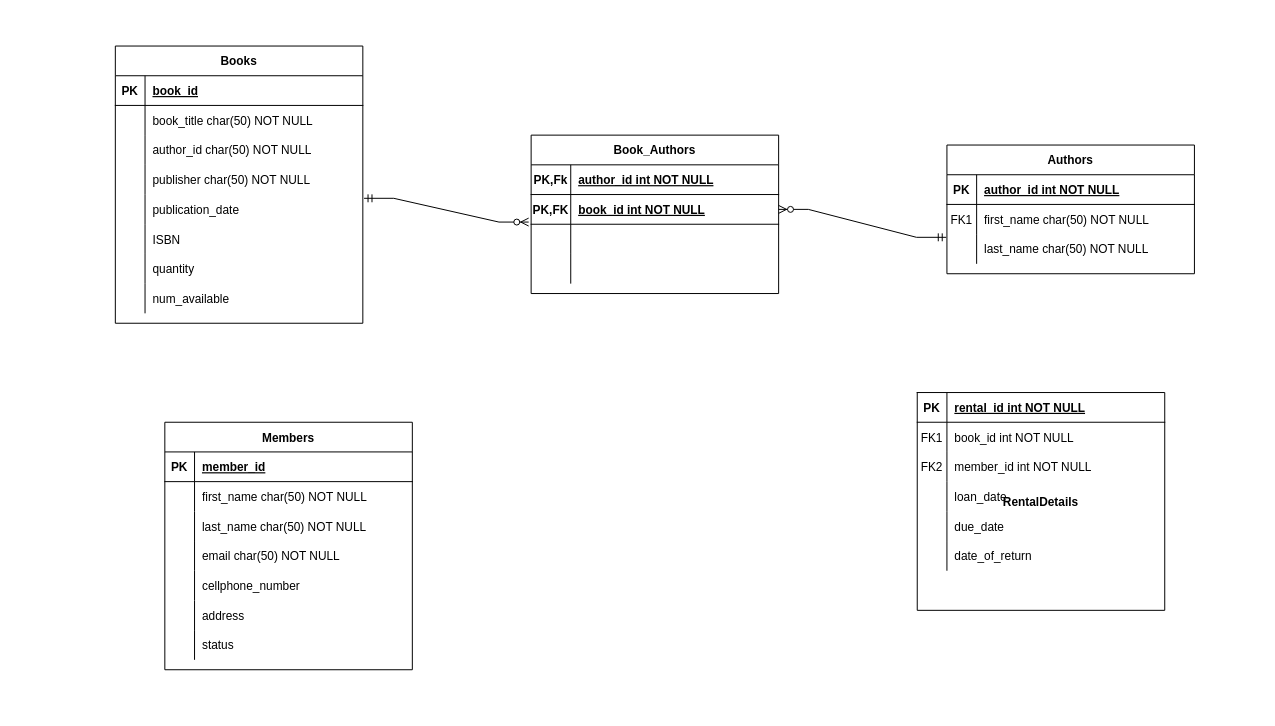
Above: resources/LMS.drawio in ThabangKubheka/First-Level-Up-SQL-Fundamentals- (draw.io), before the change. Source tidied: cells renumbered, new cells numbered last; positions are measured from the earlier drawing's top-left corner, leaving out a move shared by most shapes. Both pictures are drawn from the tidied source at 99%, with x=0, y=0 at pixel (115, 46).
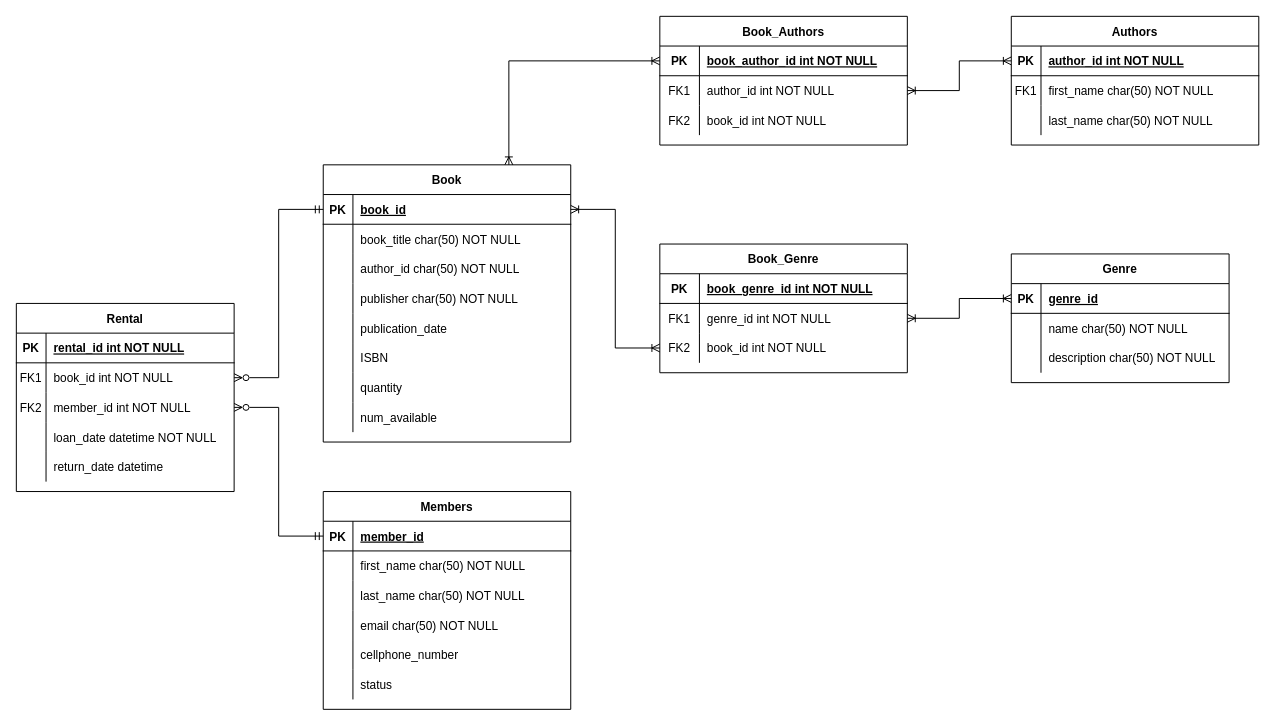
After the change.

Unchanged cells that the change refers to:
```xml
<mxCell id="3" style="shape=partialRectangle;fillColor=none;points=[[0,0.5],[1,0.5]];portConstraint=eastwest;top=0;left=0;right=0;bottom=1;" parent="2" vertex="1">
  <mxGeometry y="30" width="250" height="30" as="geometry" />
</mxCell>
<mxCell id="9" style="shape=partialRectangle;fillColor=none;points=[[0,0.5],[1,0.5]];portConstraint=eastwest;top=0;left=0;right=0;bottom=0;" parent="2" vertex="1">
  <mxGeometry y="90" width="250" height="30" as="geometry" />
</mxCell>
<mxCell id="32" style="shape=partialRectangle;fillColor=none;points=[[0,0.5],[1,0.5]];portConstraint=eastwest;top=0;left=0;right=0;bottom=1;" parent="31" vertex="1">
  <mxGeometry y="30" width="250" height="30" as="geometry" />
</mxCell>
<mxCell id="44" style="shape=partialRectangle;fillColor=none;points=[[0,0.5],[1,0.5]];portConstraint=eastwest;top=0;left=0;right=0;bottom=0;" parent="31" vertex="1">
  <mxGeometry y="150" width="250" height="30" as="geometry" />
</mxCell>
<mxCell id="57" style="shape=partialRectangle;fillColor=none;points=[[0,0.5],[1,0.5]];portConstraint=eastwest;top=0;left=0;right=0;bottom=1;" parent="56" vertex="1">
  <mxGeometry y="30" width="250" height="30" as="geometry" />
</mxCell>
<mxCell id="79" style="shape=partialRectangle;fillColor=none;points=[[0,0.5],[1,0.5]];portConstraint=eastwest;top=0;left=0;right=0;bottom=1;" parent="78" vertex="1">
  <mxGeometry y="30" width="250" height="30" as="geometry" />
</mxCell>
```

The edit, as a diff of the source:
```diff
@@
     <mxCell id="2" value="Authors" style="shape=table;startSize=30;childLayout=tableLayout;rowLines=0;fontStyle=1;align=center;" parent="1" vertex="1">
-      <mxGeometry x="840" y="100" width="250" height="130" as="geometry" />
+      <mxGeometry x="905" y="-30" width="250" height="130" as="geometry" />
     </mxCell>
@@
-    <mxCell id="12" value="RentalDetails" style="shape=table;startSize=0;childLayout=tableLayout;rowLines=0;fontStyle=1;align=center;" parent="1" vertex="1">
-      <mxGeometry x="810" y="350" width="250" height="220" as="geometry" />
-    </mxCell>
-    <mxCell id="13" style="shape=partialRectangle;fillColor=none;top=0;left=0;right=0;bottom=1;" parent="12" vertex="1">
-      <mxGeometry width="250" height="30" as="geometry" />
-    </mxCell>
-    <mxCell id="14" value="PK" style="shape=partialRectangle;overflow=hidden;fillColor=none;top=0;left=0;bottom=0;right=0;fontStyle=1;" parent="13" vertex="1">
-      <mxGeometry width="30" height="30" as="geometry" />
-    </mxCell>
-    <mxCell id="15" value="rental_id int NOT NULL " style="shape=partialRectangle;overflow=hidden;fillColor=none;top=0;left=0;bottom=0;right=0;align=left;spacingLeft=6;fontStyle=5;" parent="13" vertex="1">
-      <mxGeometry x="30" width="220" height="30" as="geometry" />
-    </mxCell>
-    <mxCell id="16" style="shape=partialRectangle;fillColor=none;top=0;left=0;right=0;bottom=0;" parent="12" vertex="1">
-      <mxGeometry y="30" width="250" height="30" as="geometry" />
-    </mxCell>
-    <mxCell id="17" value="FK1" style="shape=partialRectangle;overflow=hidden;fillColor=none;top=0;left=0;bottom=0;right=0;" parent="16" vertex="1">
-      <mxGeometry width="30" height="30" as="geometry" />
-    </mxCell>
-    <mxCell id="18" value="book_id int NOT NULL" style="shape=partialRectangle;overflow=hidden;fillColor=none;top=0;left=0;bottom=0;right=0;align=left;spacingLeft=6;" parent="16" vertex="1">
-      <mxGeometry x="30" width="220" height="30" as="geometry" />
-    </mxCell>
-    <mxCell id="19" style="shape=partialRectangle;fillColor=none;points=[[0,0.5],[1,0.5]];portConstraint=eastwest;top=0;left=0;right=0;bottom=0;" parent="12" vertex="1">
-      <mxGeometry y="60" width="250" height="30" as="geometry" />
-    </mxCell>
-    <mxCell id="20" value="FK2" style="shape=partialRectangle;overflow=hidden;fillColor=none;top=0;left=0;bottom=0;right=0;" parent="19" vertex="1">
-      <mxGeometry width="30" height="30" as="geometry" />
-    </mxCell>
-    <mxCell id="21" value="member_id int NOT NULL" style="shape=partialRectangle;overflow=hidden;fillColor=none;top=0;left=0;bottom=0;right=0;align=left;spacingLeft=6;" parent="19" vertex="1">
-      <mxGeometry x="30" width="220" height="30" as="geometry" />
-    </mxCell>
-    <mxCell id="22" style="shape=partialRectangle;fillColor=none;points=[[0,0.5],[1,0.5]];portConstraint=eastwest;top=0;left=0;right=0;bottom=0;" parent="12" vertex="1">
-      <mxGeometry y="90" width="250" height="30" as="geometry" />
-    </mxCell>
-    <mxCell id="23" style="shape=partialRectangle;overflow=hidden;fillColor=none;top=0;left=0;bottom=0;right=0;" parent="22" vertex="1">
-      <mxGeometry width="30" height="30" as="geometry" />
-    </mxCell>
-    <mxCell id="24" value="loan_date" style="shape=partialRectangle;overflow=hidden;fillColor=none;top=0;left=0;bottom=0;right=0;align=left;spacingLeft=6;" parent="22" vertex="1">
-      <mxGeometry x="30" width="220" height="30" as="geometry" />
-    </mxCell>
-    <mxCell id="25" style="shape=partialRectangle;fillColor=none;top=0;left=0;right=0;bottom=0;" parent="12" vertex="1">
-      <mxGeometry y="120" width="250" height="30" as="geometry" />
-    </mxCell>
-    <mxCell id="26" style="shape=partialRectangle;overflow=hidden;fillColor=none;top=0;left=0;bottom=0;right=0;" parent="25" vertex="1">
-      <mxGeometry width="30" height="30" as="geometry" />
-    </mxCell>
-    <mxCell id="27" value="due_date" style="shape=partialRectangle;overflow=hidden;fillColor=none;top=0;left=0;bottom=0;right=0;align=left;spacingLeft=6;" parent="25" vertex="1">
-      <mxGeometry x="30" width="220" height="30" as="geometry" />
-    </mxCell>
-    <mxCell id="28" style="shape=partialRectangle;fillColor=none;top=0;left=0;right=0;bottom=0;" parent="12" vertex="1">
-      <mxGeometry y="150" width="250" height="30" as="geometry" />
-    </mxCell>
-    <mxCell id="29" style="shape=partialRectangle;overflow=hidden;fillColor=none;top=0;left=0;bottom=0;right=0;" parent="28" vertex="1">
-      <mxGeometry width="30" height="30" as="geometry" />
-    </mxCell>
-    <mxCell id="30" value="date_of_return" style="shape=partialRectangle;overflow=hidden;fillColor=none;top=0;left=0;bottom=0;right=0;align=left;spacingLeft=6;" parent="28" vertex="1">
-      <mxGeometry x="30" width="220" height="30" as="geometry" />
-    </mxCell>
-    <mxCell id="31" value="Books" style="shape=table;startSize=30;childLayout=tableLayout;rowLines=0;fontStyle=1;align=center;" parent="1" vertex="1">
-      <mxGeometry width="250" height="280" as="geometry" />
+    <mxCell id="31" value="Book" style="shape=table;startSize=30;childLayout=tableLayout;rowLines=0;fontStyle=1;align=center;" parent="1" vertex="1">
+      <mxGeometry x="210" y="120" width="250" height="280" as="geometry" />
     </mxCell>
@@
     <mxCell id="56" value="Members" style="shape=table;startSize=30;childLayout=tableLayout;rowLines=0;fontStyle=1;align=center;" parent="1" vertex="1">
-      <mxGeometry x="50" y="380" width="250" height="250" as="geometry" />
+      <mxGeometry x="210" y="450" width="250" height="220" as="geometry" />
     </mxCell>
@@
-    <mxCell id="72" style="shape=partialRectangle;fillColor=none;top=0;left=0;right=0;bottom=0;" parent="56" vertex="1">
-      <mxGeometry y="180" width="250" height="30" as="geometry" />
-    </mxCell>
-    <mxCell id="73" style="shape=partialRectangle;overflow=hidden;fillColor=none;top=0;left=0;bottom=0;right=0;" parent="72" vertex="1">
-      <mxGeometry width="30" height="30" as="geometry" />
-    </mxCell>
-    <mxCell id="74" value="address" style="shape=partialRectangle;overflow=hidden;fillColor=none;top=0;left=0;bottom=0;right=0;align=left;spacingLeft=6;" parent="72" vertex="1">
-      <mxGeometry x="30" width="220" height="30" as="geometry" />
-    </mxCell>
     <mxCell id="75" style="shape=partialRectangle;fillColor=none;top=0;left=0;right=0;bottom=0;" parent="56" vertex="1">
-      <mxGeometry y="210" width="250" height="30" as="geometry" />
+      <mxGeometry y="180" width="250" height="30" as="geometry" />
     </mxCell>
@@
     <mxCell id="78" value="Book_Authors" style="shape=table;startSize=30;childLayout=tableLayout;rowLines=0;fontStyle=1;align=center;" parent="1" vertex="1">
-      <mxGeometry x="420" y="90" width="250" height="160" as="geometry" />
+      <mxGeometry x="550" y="-30" width="250" height="130" as="geometry" />
     </mxCell>
@@
-    <mxCell id="80" value="PK,Fk" style="shape=partialRectangle;overflow=hidden;fillColor=none;top=0;left=0;bottom=0;right=0;fontStyle=1;" parent="79" vertex="1">
+    <mxCell id="80" value="PK" style="shape=partialRectangle;overflow=hidden;fillColor=none;top=0;left=0;bottom=0;right=0;fontStyle=1;" parent="79" vertex="1">
       <mxGeometry width="40" height="30" as="geometry" />
     </mxCell>
-    <mxCell id="81" value="author_id int NOT NULL " style="shape=partialRectangle;overflow=hidden;fillColor=none;top=0;left=0;bottom=0;right=0;align=left;spacingLeft=6;fontStyle=5;" parent="79" vertex="1">
+    <mxCell id="81" value="book_author_id int NOT NULL " style="shape=partialRectangle;overflow=hidden;fillColor=none;top=0;left=0;bottom=0;right=0;align=left;spacingLeft=6;fontStyle=5;" parent="79" vertex="1">
       <mxGeometry x="40" width="210" height="30" as="geometry" />
     </mxCell>
-    <mxCell id="82" style="shape=partialRectangle;fillColor=none;points=[[0,0.5],[1,0.5]];portConstraint=eastwest;top=0;left=0;right=0;bottom=1;" parent="78" vertex="1">
-      <mxGeometry y="60" width="250" height="30" as="geometry" />
-    </mxCell>
-    <mxCell id="83" value="PK,FK" style="shape=partialRectangle;overflow=hidden;fillColor=none;top=0;left=0;bottom=0;right=0;fontStyle=1;" parent="82" vertex="1">
-      <mxGeometry width="40" height="30" as="geometry" />
-    </mxCell>
-    <mxCell id="84" value="book_id int NOT NULL " style="shape=partialRectangle;overflow=hidden;fillColor=none;top=0;left=0;bottom=0;right=0;align=left;spacingLeft=6;fontStyle=5;" parent="82" vertex="1">
-      <mxGeometry x="40" width="210" height="30" as="geometry" />
-    </mxCell>
     <mxCell id="85" style="shape=partialRectangle;fillColor=none;points=[[0,0.5],[1,0.5]];portConstraint=eastwest;top=0;left=0;right=0;bottom=0;" parent="78" vertex="1">
-      <mxGeometry y="90" width="250" height="30" as="geometry" />
+      <mxGeometry y="60" width="250" height="30" as="geometry" />
     </mxCell>
-    <mxCell id="86" style="shape=partialRectangle;overflow=hidden;fillColor=none;top=0;left=0;bottom=0;right=0;" parent="85" vertex="1">
+    <mxCell id="86" value="FK1" style="shape=partialRectangle;overflow=hidden;fillColor=none;top=0;left=0;bottom=0;right=0;" parent="85" vertex="1">
       <mxGeometry width="40" height="30" as="geometry" />
     </mxCell>
-    <mxCell id="87" style="shape=partialRectangle;overflow=hidden;fillColor=none;top=0;left=0;bottom=0;right=0;align=left;spacingLeft=6;" parent="85" vertex="1">
+    <mxCell id="87" value="author_id int NOT NULL" style="shape=partialRectangle;overflow=hidden;fillColor=none;top=0;left=0;bottom=0;right=0;align=left;spacingLeft=6;" parent="85" vertex="1">
       <mxGeometry x="40" width="210" height="30" as="geometry" />
     </mxCell>
     <mxCell id="88" style="shape=partialRectangle;fillColor=none;top=0;left=0;right=0;bottom=0;" parent="78" vertex="1">
-      <mxGeometry y="120" width="250" height="30" as="geometry" />
+      <mxGeometry y="90" width="250" height="30" as="geometry" />
     </mxCell>
-    <mxCell id="89" style="shape=partialRectangle;overflow=hidden;fillColor=none;top=0;left=0;bottom=0;right=0;" parent="88" vertex="1">
+    <mxCell id="89" value="FK2" style="shape=partialRectangle;overflow=hidden;fillColor=none;top=0;left=0;bottom=0;right=0;" parent="88" vertex="1">
       <mxGeometry width="40" height="30" as="geometry" />
     </mxCell>
-    <mxCell id="90" style="shape=partialRectangle;overflow=hidden;fillColor=none;top=0;left=0;bottom=0;right=0;align=left;spacingLeft=6;" parent="88" vertex="1">
+    <mxCell id="90" value="book_id int NOT NULL" style="shape=partialRectangle;overflow=hidden;fillColor=none;top=0;left=0;bottom=0;right=0;align=left;spacingLeft=6;" parent="88" vertex="1">
       <mxGeometry x="40" width="210" height="30" as="geometry" />
     </mxCell>
-    <mxCell id="91" style="edgeStyle=entityRelationEdgeStyle;fontSize=12;html=1;endArrow=ERzeroToMany;startArrow=ERmandOne;rounded=0;entryX=-0.01;entryY=-0.073;entryDx=0;entryDy=0;entryPerimeter=0;exitX=1.005;exitY=0.127;exitDx=0;exitDy=0;exitPerimeter=0;" parent="1" edge="1" source="44" target="85">
-      <mxGeometry relative="1" as="geometry" />
-    </mxCell>
-    <mxCell id="92" style="edgeStyle=entityRelationEdgeStyle;fontSize=12;html=1;endArrow=ERzeroToMany;startArrow=ERmandOne;rounded=0;entryX=1;entryY=0.5;entryDx=0;entryDy=0;exitX=-0.003;exitY=0.107;exitDx=0;exitDy=0;exitPerimeter=0;" parent="1" edge="1" source="9" target="82">
+    <mxCell id="92" style="edgeStyle=orthogonalEdgeStyle;fontSize=12;html=1;endArrow=ERoneToMany;startArrow=ERoneToMany;rounded=0;entryX=1;entryY=0.5;entryDx=0;entryDy=0;exitX=0;exitY=0.5;exitDx=0;exitDy=0;endFill=0;startFill=0;" parent="1" edge="1" source="3" target="85">
       <mxGeometry relative="1" as="geometry" />
     </mxCell>
+    <mxCell id="93" value="Genre" style="shape=table;startSize=30;childLayout=tableLayout;rowLines=0;fontStyle=1;align=center;" parent="1" vertex="1">
+      <mxGeometry x="905" y="210" width="220" height="130" as="geometry" />
+    </mxCell>
+    <mxCell id="94" style="shape=partialRectangle;fillColor=none;points=[[0,0.5],[1,0.5]];portConstraint=eastwest;top=0;left=0;right=0;bottom=1;" parent="93" vertex="1">
+      <mxGeometry y="30" width="220" height="30" as="geometry" />
+    </mxCell>
+    <mxCell id="95" value="PK" style="shape=partialRectangle;overflow=hidden;fillColor=none;top=0;left=0;bottom=0;right=0;fontStyle=1;" parent="94" vertex="1">
+      <mxGeometry width="30" height="30" as="geometry" />
+    </mxCell>
+    <mxCell id="96" value="genre_id" style="shape=partialRectangle;overflow=hidden;fillColor=none;top=0;left=0;bottom=0;right=0;align=left;spacingLeft=6;fontStyle=5;" parent="94" vertex="1">
+      <mxGeometry x="30" width="190" height="30" as="geometry" />
+    </mxCell>
+    <mxCell id="97" style="shape=partialRectangle;fillColor=none;top=0;left=0;right=0;bottom=0;" parent="93" vertex="1">
+      <mxGeometry y="60" width="220" height="30" as="geometry" />
+    </mxCell>
+    <mxCell id="98" style="shape=partialRectangle;overflow=hidden;fillColor=none;top=0;left=0;bottom=0;right=0;" parent="97" vertex="1">
+      <mxGeometry width="30" height="30" as="geometry" />
+    </mxCell>
+    <mxCell id="99" value="name char(50) NOT NULL" style="shape=partialRectangle;overflow=hidden;fillColor=none;top=0;left=0;bottom=0;right=0;align=left;spacingLeft=6;" parent="97" vertex="1">
+      <mxGeometry x="30" width="190" height="30" as="geometry" />
+    </mxCell>
+    <mxCell id="100" style="shape=partialRectangle;fillColor=none;top=0;left=0;right=0;bottom=0;" parent="93" vertex="1">
+      <mxGeometry y="90" width="220" height="30" as="geometry" />
+    </mxCell>
+    <mxCell id="101" style="shape=partialRectangle;overflow=hidden;fillColor=none;top=0;left=0;bottom=0;right=0;" parent="100" vertex="1">
+      <mxGeometry width="30" height="30" as="geometry" />
+    </mxCell>
+    <mxCell id="102" value="description char(50) NOT NULL" style="shape=partialRectangle;overflow=hidden;fillColor=none;top=0;left=0;bottom=0;right=0;align=left;spacingLeft=6;" parent="100" vertex="1">
+      <mxGeometry x="30" width="190" height="30" as="geometry" />
+    </mxCell>
+    <mxCell id="103" value="Rental" style="shape=table;startSize=30;childLayout=tableLayout;rowLines=0;fontStyle=1;align=center;" parent="1" vertex="1">
+      <mxGeometry x="-100" y="260" width="220" height="190" as="geometry" />
+    </mxCell>
+    <mxCell id="104" style="shape=partialRectangle;fillColor=none;top=0;left=0;right=0;bottom=1;" parent="103" vertex="1">
+      <mxGeometry y="30" width="220" height="30" as="geometry" />
+    </mxCell>
+    <mxCell id="105" value="PK" style="shape=partialRectangle;overflow=hidden;fillColor=none;top=0;left=0;bottom=0;right=0;fontStyle=1;" parent="104" vertex="1">
+      <mxGeometry width="30" height="30" as="geometry" />
+    </mxCell>
+    <mxCell id="15" value="rental_id int NOT NULL" style="shape=partialRectangle;overflow=hidden;fillColor=none;top=0;left=0;bottom=0;right=0;align=left;spacingLeft=6;fontStyle=5;" parent="104" vertex="1">
+      <mxGeometry x="30" width="190" height="30" as="geometry" />
+    </mxCell>
+    <mxCell id="106" style="shape=partialRectangle;fillColor=none;points=[[0,0.5],[1,0.5]];portConstraint=eastwest;top=0;left=0;right=0;bottom=0;" parent="103" vertex="1">
+      <mxGeometry y="60" width="220" height="30" as="geometry" />
+    </mxCell>
+    <mxCell id="17" value="FK1" style="shape=partialRectangle;overflow=hidden;fillColor=none;top=0;left=0;bottom=0;right=0;" parent="106" vertex="1">
+      <mxGeometry width="30" height="30" as="geometry" />
+    </mxCell>
+    <mxCell id="107" value="book_id int NOT NULL" style="shape=partialRectangle;overflow=hidden;fillColor=none;top=0;left=0;bottom=0;right=0;align=left;spacingLeft=6;" parent="106" vertex="1">
+      <mxGeometry x="30" width="190" height="30" as="geometry" />
+    </mxCell>
+    <mxCell id="108" style="shape=partialRectangle;fillColor=none;points=[[0,0.5],[1,0.5]];portConstraint=eastwest;top=0;left=0;right=0;bottom=0;" parent="103" vertex="1">
+      <mxGeometry y="90" width="220" height="30" as="geometry" />
+    </mxCell>
+    <mxCell id="20" value="FK2" style="shape=partialRectangle;overflow=hidden;fillColor=none;top=0;left=0;bottom=0;right=0;" parent="108" vertex="1">
+      <mxGeometry width="30" height="30" as="geometry" />
+    </mxCell>
+    <mxCell id="21" value="member_id int NOT NULL" style="shape=partialRectangle;overflow=hidden;fillColor=none;top=0;left=0;bottom=0;right=0;align=left;spacingLeft=6;" parent="108" vertex="1">
+      <mxGeometry x="30" width="190" height="30" as="geometry" />
+    </mxCell>
+    <mxCell id="109" style="shape=partialRectangle;fillColor=none;top=0;left=0;right=0;bottom=0;" parent="103" vertex="1">
+      <mxGeometry y="120" width="220" height="30" as="geometry" />
+    </mxCell>
+    <mxCell id="110" style="shape=partialRectangle;overflow=hidden;fillColor=none;top=0;left=0;bottom=0;right=0;" parent="109" vertex="1">
+      <mxGeometry width="30" height="30" as="geometry" />
+    </mxCell>
+    <mxCell id="111" value="loan_date datetime NOT NULL" style="shape=partialRectangle;overflow=hidden;fillColor=none;top=0;left=0;bottom=0;right=0;align=left;spacingLeft=6;" parent="109" vertex="1">
+      <mxGeometry x="30" width="190" height="30" as="geometry" />
+    </mxCell>
+    <mxCell id="112" style="shape=partialRectangle;fillColor=none;top=0;left=0;right=0;bottom=0;" parent="103" vertex="1">
+      <mxGeometry y="150" width="220" height="30" as="geometry" />
+    </mxCell>
+    <mxCell id="113" style="shape=partialRectangle;overflow=hidden;fillColor=none;top=0;left=0;bottom=0;right=0;" parent="112" vertex="1">
+      <mxGeometry width="30" height="30" as="geometry" />
+    </mxCell>
+    <mxCell id="114" value="return_date datetime" style="shape=partialRectangle;overflow=hidden;fillColor=none;top=0;left=0;bottom=0;right=0;align=left;spacingLeft=6;" parent="112" vertex="1">
+      <mxGeometry x="30" width="190" height="30" as="geometry" />
+    </mxCell>
+    <mxCell id="115" style="edgeStyle=orthogonalEdgeStyle;rounded=0;jettySize=auto;html=1;exitX=0;exitY=0.5;exitDx=0;exitDy=0;entryX=1;entryY=0.5;entryDx=0;entryDy=0;startArrow=ERmandOne;startFill=0;endArrow=ERzeroToMany;endFill=0;" parent="1" edge="1" source="57" target="108">
+      <mxGeometry relative="1" as="geometry" />
+    </mxCell>
+    <mxCell id="116" style="edgeStyle=orthogonalEdgeStyle;rounded=0;jettySize=auto;html=1;exitX=0;exitY=0.5;exitDx=0;exitDy=0;startArrow=ERmandOne;startFill=0;endArrow=ERzeroToMany;endFill=0;" parent="1" edge="1" source="32" target="106">
+      <mxGeometry relative="1" as="geometry" />
+    </mxCell>
+    <mxCell id="117" value="Book_Genre" style="shape=table;startSize=30;childLayout=tableLayout;rowLines=0;fontStyle=1;align=center;" parent="1" vertex="1">
+      <mxGeometry x="550" y="200" width="250" height="130" as="geometry" />
+    </mxCell>
+    <mxCell id="118" style="shape=partialRectangle;fillColor=none;top=0;left=0;right=0;bottom=1;" parent="117" vertex="1">
+      <mxGeometry y="30" width="250" height="30" as="geometry" />
+    </mxCell>
+    <mxCell id="119" value="PK" style="shape=partialRectangle;overflow=hidden;fillColor=none;top=0;left=0;bottom=0;right=0;fontStyle=1;" parent="118" vertex="1">
+      <mxGeometry width="40" height="30" as="geometry" />
+    </mxCell>
+    <mxCell id="120" value="book_genre_id int NOT NULL " style="shape=partialRectangle;overflow=hidden;fillColor=none;top=0;left=0;bottom=0;right=0;align=left;spacingLeft=6;fontStyle=5;" parent="118" vertex="1">
+      <mxGeometry x="40" width="210" height="30" as="geometry" />
+    </mxCell>
+    <mxCell id="19" style="shape=partialRectangle;fillColor=none;points=[[0,0.5],[1,0.5]];portConstraint=eastwest;top=0;left=0;right=0;bottom=0;" parent="117" vertex="1">
+      <mxGeometry y="60" width="250" height="30" as="geometry" />
+    </mxCell>
+    <mxCell id="121" value="FK1" style="shape=partialRectangle;overflow=hidden;fillColor=none;top=0;left=0;bottom=0;right=0;" parent="19" vertex="1">
+      <mxGeometry width="40" height="30" as="geometry" />
+    </mxCell>
+    <mxCell id="122" value="genre_id int NOT NULL" style="shape=partialRectangle;overflow=hidden;fillColor=none;top=0;left=0;bottom=0;right=0;align=left;spacingLeft=6;" parent="19" vertex="1">
+      <mxGeometry x="40" width="210" height="30" as="geometry" />
+    </mxCell>
+    <mxCell id="22" style="shape=partialRectangle;fillColor=none;points=[[0,0.5],[1,0.5]];portConstraint=eastwest;top=0;left=0;right=0;bottom=0;" parent="117" vertex="1">
+      <mxGeometry y="90" width="250" height="30" as="geometry" />
+    </mxCell>
+    <mxCell id="123" value="FK2" style="shape=partialRectangle;overflow=hidden;fillColor=none;top=0;left=0;bottom=0;right=0;" parent="22" vertex="1">
+      <mxGeometry width="40" height="30" as="geometry" />
+    </mxCell>
+    <mxCell id="124" value="book_id int NOT NULL" style="shape=partialRectangle;overflow=hidden;fillColor=none;top=0;left=0;bottom=0;right=0;align=left;spacingLeft=6;" parent="22" vertex="1">
+      <mxGeometry x="40" width="210" height="30" as="geometry" />
+    </mxCell>
+    <mxCell id="125" style="edgeStyle=orthogonalEdgeStyle;rounded=0;jettySize=auto;html=1;exitX=0;exitY=0.5;exitDx=0;exitDy=0;entryX=1;entryY=0.5;entryDx=0;entryDy=0;startArrow=ERoneToMany;startFill=0;endArrow=ERoneToMany;endFill=0;" parent="1" edge="1" source="94" target="19">
+      <mxGeometry relative="1" as="geometry" />
+    </mxCell>
+    <mxCell id="126" style="edgeStyle=orthogonalEdgeStyle;rounded=0;jettySize=auto;html=1;exitX=0;exitY=0.5;exitDx=0;exitDy=0;entryX=1;entryY=0.5;entryDx=0;entryDy=0;startArrow=ERoneToMany;startFill=0;endArrow=ERoneToMany;endFill=0;" parent="1" edge="1" source="22" target="32">
+      <mxGeometry relative="1" as="geometry" />
+    </mxCell>
+    <mxCell id="127" style="edgeStyle=orthogonalEdgeStyle;rounded=0;jettySize=auto;html=1;exitX=0;exitY=0.5;exitDx=0;exitDy=0;entryX=0.75;entryY=0;entryDx=0;entryDy=0;startArrow=ERoneToMany;startFill=0;endArrow=ERoneToMany;endFill=0;" parent="1" edge="1" source="79" target="31">
+      <mxGeometry relative="1" as="geometry" />
+    </mxCell>
```
